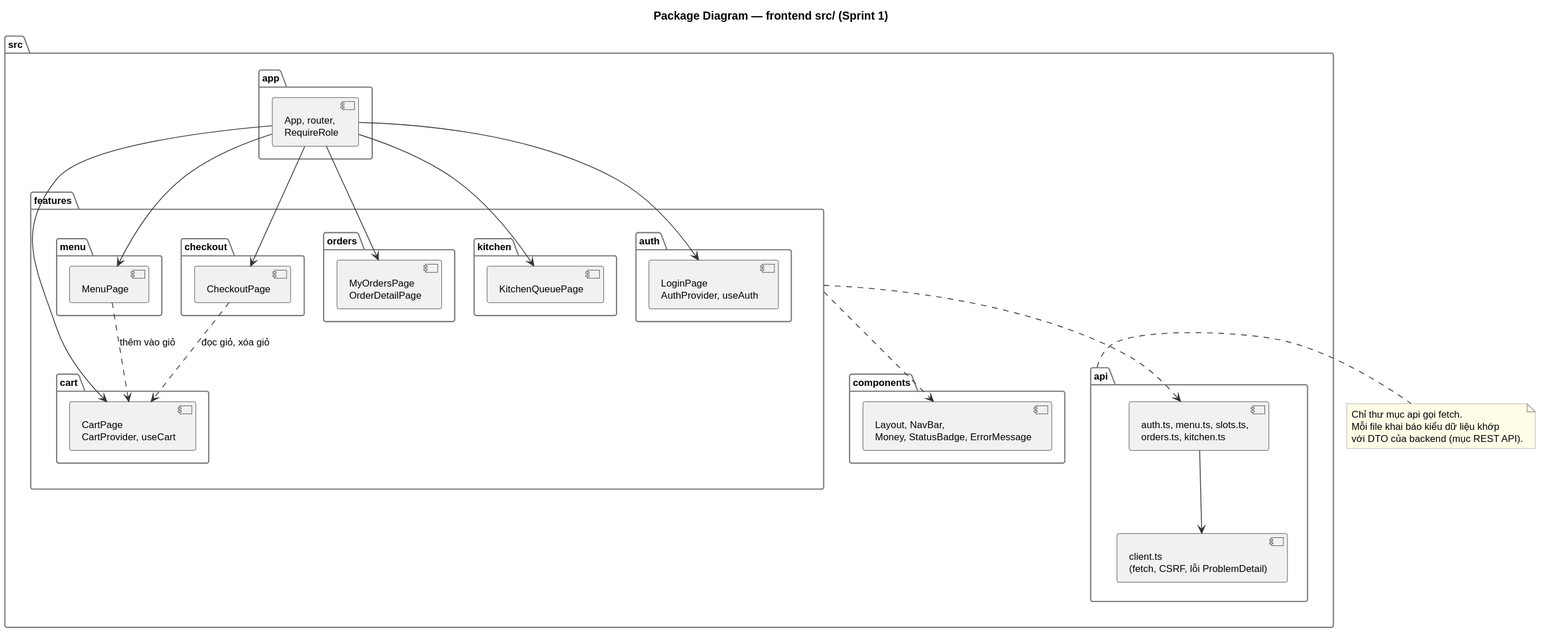
Above: 01-ManagedArea/03-Design/Architecture/package-diagram_frontend.svg in huyducnguyen0/smart-food-preorder (PlantUML), before the change. Its diagram source:
```plantuml
@startuml
!include ../_style.iuml
title Package Diagram — frontend src/ (Sprint 1)
top to bottom direction

package "src" {
  package "app" as app {
    [App, router,\nRequireRole] as router
  }
  package "features" as features {
    package "auth" as fAuth {
      [LoginPage\nAuthProvider, useAuth] as auth
    }
    package "menu" as fMenu {
      [MenuPage] as menu
    }
    package "cart" as fCart {
      [CartPage\nCartProvider, useCart] as cart
    }
    package "checkout" as fCheckout {
      [CheckoutPage] as checkout
    }
    package "orders" as fOrders {
      [MyOrdersPage\nOrderDetailPage] as orders
    }
    package "kitchen" as fKitchen {
      [KitchenQueuePage] as kitchen
    }
  }
  package "api" as api {
    [client.ts\n(fetch, CSRF, lỗi ProblemDetail)] as client
    [auth.ts, menu.ts, slots.ts,\norders.ts, kitchen.ts] as apis
  }
  package "components" as components {
    [Layout, NavBar,\nMoney, StatusBadge, ErrorMessage] as comps
  }
}

router --> auth
router --> menu
router --> cart
router --> checkout
router --> orders
router --> kitchen

menu ..> cart : thêm vào giỏ
checkout ..> cart : đọc giỏ, xóa giỏ
features ..> apis
features ..> comps
apis --> client

note right of api
  Chỉ thư mục api gọi fetch.
  Mỗi file khai báo kiểu dữ liệu khớp
  với DTO của backend (mục REST API).
end note
@enduml
```
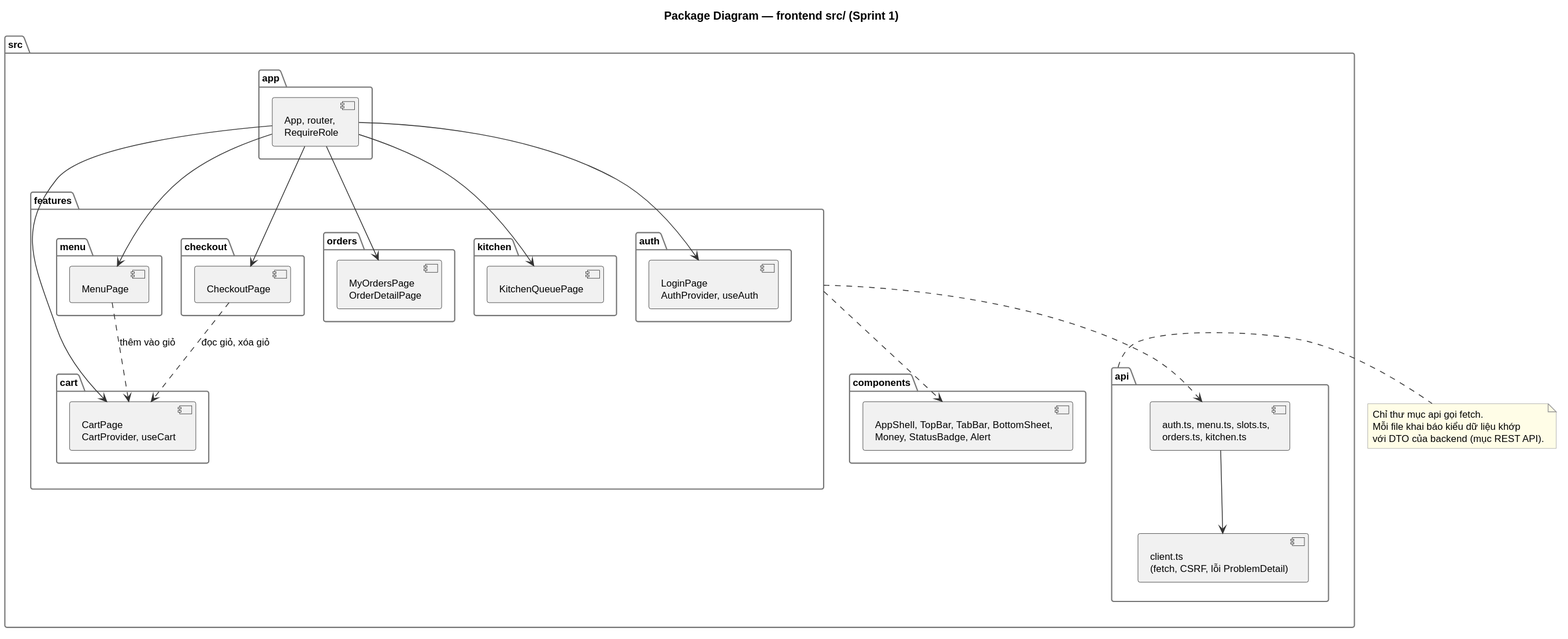
The same diagram one commit later.

The edit, as a diff of the source:
```diff
@@ -32,7 +32,7 @@
     [auth.ts, menu.ts, slots.ts,\norders.ts, kitchen.ts] as apis
   }
   package "components" as components {
-    [Layout, NavBar,\nMoney, StatusBadge, ErrorMessage] as comps
+    [AppShell, TopBar, TabBar, BottomSheet,\nMoney, StatusBadge, Alert] as comps
   }
 }
 
```
